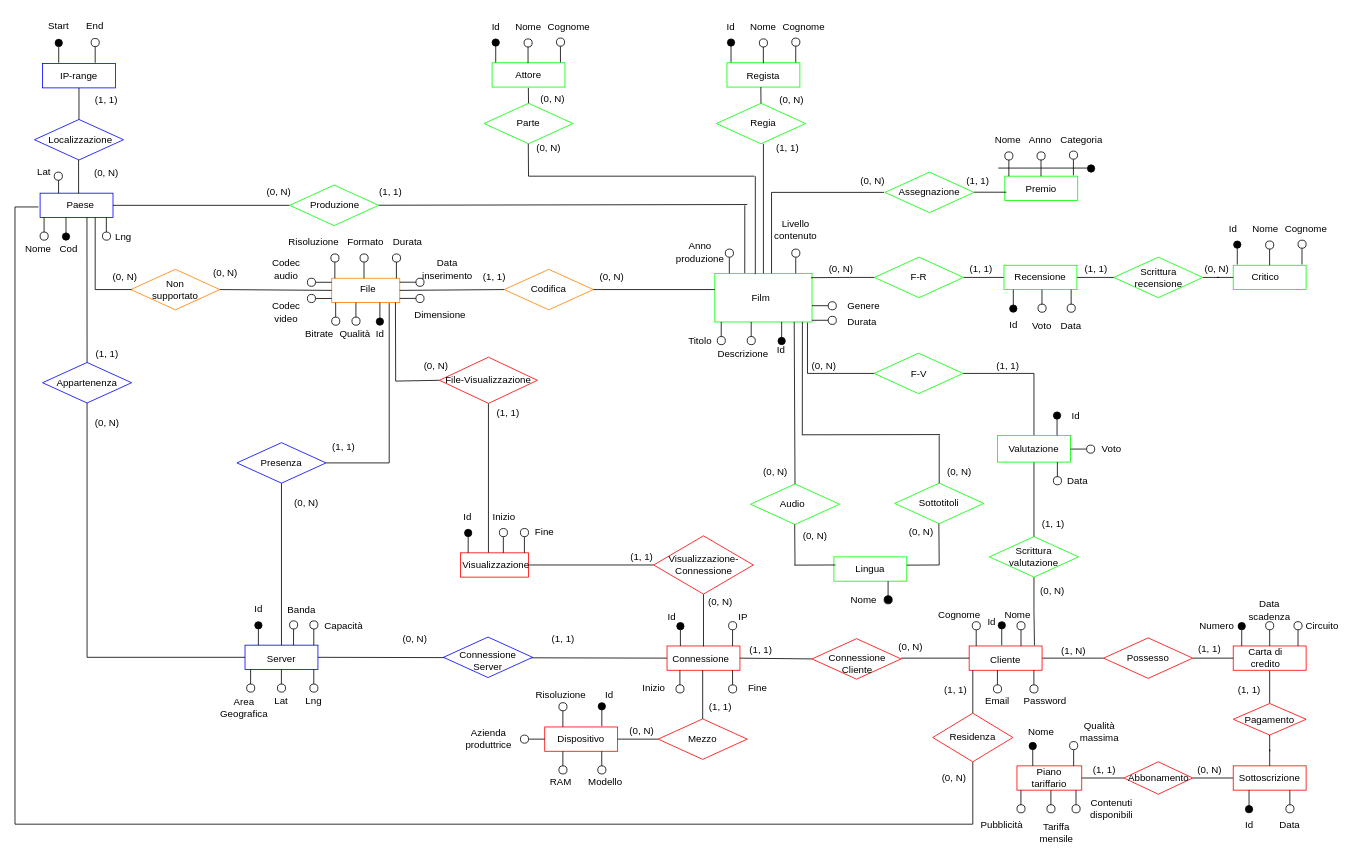
Above: ER_ristr.drawio in gcairone/progettodb (draw.io), before the change. Source tidied: cells renumbered, new cells numbered last; positions are measured from the earlier drawing's top-left corner, leaving out a move shared by most shapes. Both pictures are drawn from the tidied source at 81%, with x=0, y=0 at pixel (13, 14).
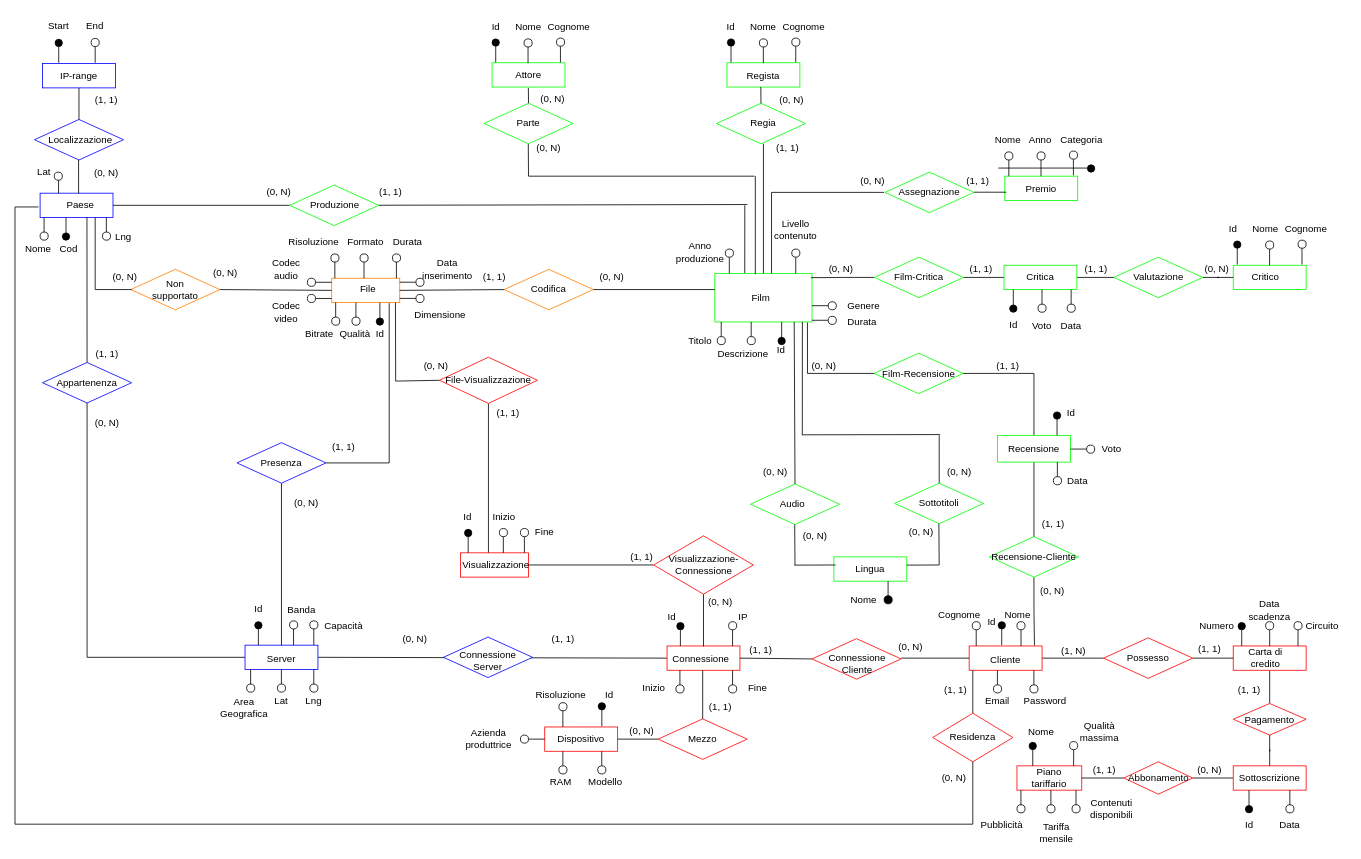
Above is the later version.

Diff of the diagram source:
```diff
@@
-    <mxCell id="376" value="F-R" style="rhombus;whiteSpace=wrap;html=1;strokeColor=#00FF00;" parent="1" vertex="1">
+    <mxCell id="376" value="Film-Critica" style="rhombus;whiteSpace=wrap;html=1;strokeColor=#00FF00;" parent="1" vertex="1">
       <mxGeometry x="1063" y="300" width="110" height="50" as="geometry" />
     </mxCell>
@@
-    <mxCell id="378" value="Scrittura&lt;br&gt;recensione" style="rhombus;whiteSpace=wrap;html=1;strokeColor=#00FF00;" parent="1" vertex="1">
+    <mxCell id="378" value="Valutazione" style="rhombus;whiteSpace=wrap;html=1;strokeColor=#00FF00;" parent="1" vertex="1">
       <mxGeometry x="1358.5" y="300" width="110" height="50" as="geometry" />
     </mxCell>
@@
-    <mxCell id="380" value="Recensione" style="rounded=0;whiteSpace=wrap;html=1;strokeColor=#00FF00;" parent="1" vertex="1">
+    <mxCell id="380" value="Critica" style="rounded=0;whiteSpace=wrap;html=1;strokeColor=#00FF00;" parent="1" vertex="1">
       <mxGeometry x="1223" y="310" width="90" height="30" as="geometry" />
     </mxCell>
@@
-    <mxCell id="382" value="F-V" style="rhombus;whiteSpace=wrap;html=1;strokeColor=#00FF00;" parent="1" vertex="1">
+    <mxCell id="382" value="Film-Recensione" style="rhombus;whiteSpace=wrap;html=1;strokeColor=#00FF00;" parent="1" vertex="1">
       <mxGeometry x="1062.5" y="418.5" width="110" height="50" as="geometry" />
     </mxCell>
@@
-    <mxCell id="384" value="Scrittura&lt;br&gt;valutazione" style="rhombus;whiteSpace=wrap;html=1;strokeColor=#00FF00;" parent="1" vertex="1">
+    <mxCell id="384" value="Recensione-Cliente" style="rhombus;whiteSpace=wrap;html=1;strokeColor=#00FF00;" parent="1" vertex="1">
       <mxGeometry x="1205" y="645" width="110" height="50" as="geometry" />
     </mxCell>
@@
-    <mxCell id="386" value="Valutazione" style="rounded=0;whiteSpace=wrap;html=1;strokeColor=#00FF00;" parent="1" vertex="1">
+    <mxCell id="386" value="Recensione" style="rounded=0;whiteSpace=wrap;html=1;strokeColor=#00FF00;" parent="1" vertex="1">
       <mxGeometry x="1215" y="520" width="90" height="33" as="geometry" />
     </mxCell>
@@
     <mxCell id="408" value="Id" style="text;strokeColor=none;align=center;fillColor=none;html=1;verticalAlign=middle;whiteSpace=wrap;rounded=0;" parent="1" vertex="1">
-      <mxGeometry x="1282" y="480.5" width="60" height="30" as="geometry" />
+      <mxGeometry x="1276" y="478" width="60" height="30" as="geometry" />
     </mxCell>
```
